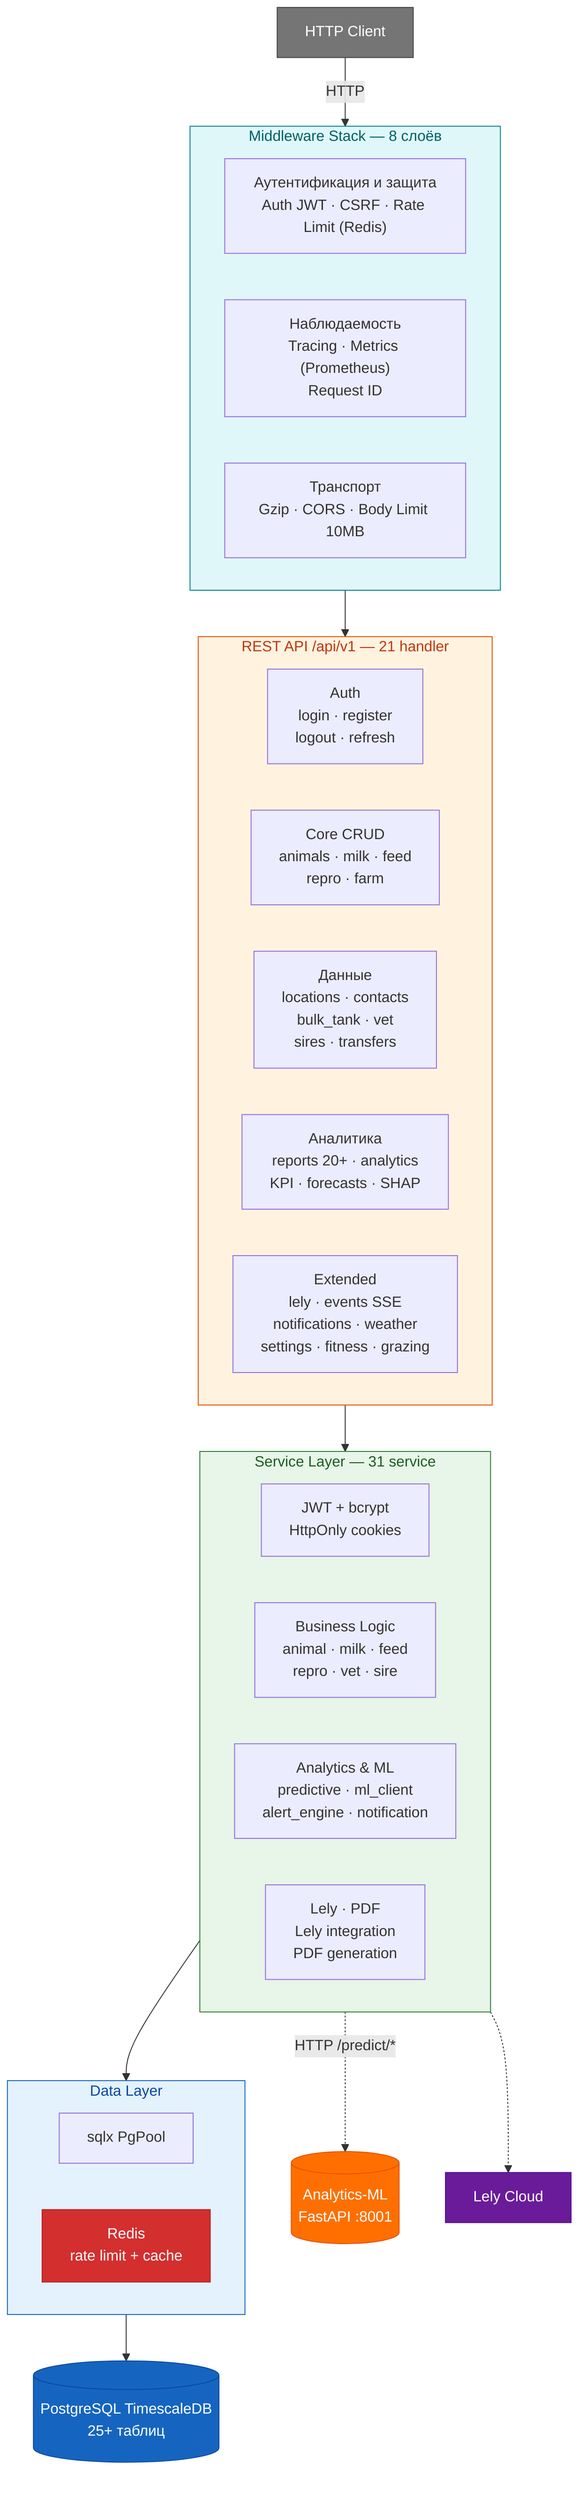
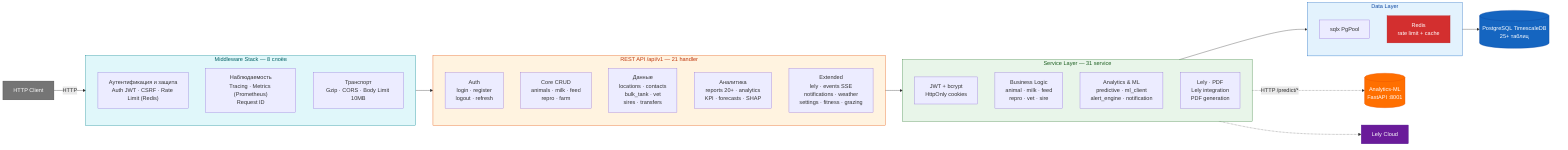
- flowchart TB
+ flowchart LR
    Client["HTTP Client"]

    subgraph MW["Middleware Stack — 8 слоёв"]
-         direction LR
+         direction TB
        Sec["Аутентификация и защита\nAuth JWT · CSRF · Rate Limit (Redis)"]
        Obs["Наблюдаемость\nTracing · Metrics (Prometheus)\nRequest ID"]
        Tpt["Транспорт\nGzip · CORS · Body Limit 10MB"]
    end

    subgraph API["REST API /api/v1 — 21 handler"]
-         direction LR
+         direction TB
        AuthAPI["Auth\nlogin · register\nlogout · refresh"]
        CoreAPI["Core CRUD\nanimals · milk · feed\nrepro · farm"]
        DataAPI["Данные\nlocations · contacts\nbulk_tank · vet\nsires · transfers"]
        AnalAPI["Аналитика\nreports 20+ · analytics\nKPI · forecasts · SHAP"]
        ExtAPI["Extended\nlely · events SSE\nnotifications · weather\nsettings · fitness · grazing"]
    end

    subgraph Svc["Service Layer — 31 service"]
-         direction LR
+         direction TB
        AuthSvc["JWT + bcrypt\nHttpOnly cookies"]
        BizSvc["Business Logic\nanimal · milk · feed\nrepro · vet · sire"]
        AnSvc["Analytics & ML\npredictive · ml_client\nalert_engine · notification"]
        ExtSvc["Lely · PDF\nLely integration\nPDF generation"]
    end

    subgraph Data["Data Layer"]
-         direction LR
+         direction TB
        PgPool["sqlx PgPool"]
        RedisCache["Redis\nrate limit + cache"]
    end

    PG[("PostgreSQL TimescaleDB\n25+ таблиц")]
    ML[("Analytics-ML\nFastAPI :8001")]
    Lely["Lely Cloud"]

    Client -->|"HTTP"| MW
    MW --> API
    API --> Svc
    Svc --> Data
    Data --> PG
    AnSvc -.->|"HTTP /predict/*"| ML
    ExtSvc -.-> Lely

    style Client fill:#757575,stroke:#424242,color:#fff
    style MW fill:#e0f7fa,stroke:#00838f,color:#006064
    style API fill:#fff3e0,stroke:#e65100,color:#bf360c
    style Svc fill:#e8f5e9,stroke:#2e7d32,color:#1b5e20
    style Data fill:#e3f2fd,stroke:#1565c0,color:#0d47a1
    style PG fill:#1565c0,stroke:#0d47a1,color:#fff
    style RedisCache fill:#d32f2f,stroke:#b71c1c,color:#fff
    style ML fill:#ff6f00,stroke:#e65100,color:#fff
    style Lely fill:#6a1b9a,stroke:#4a148c,color:#fff
